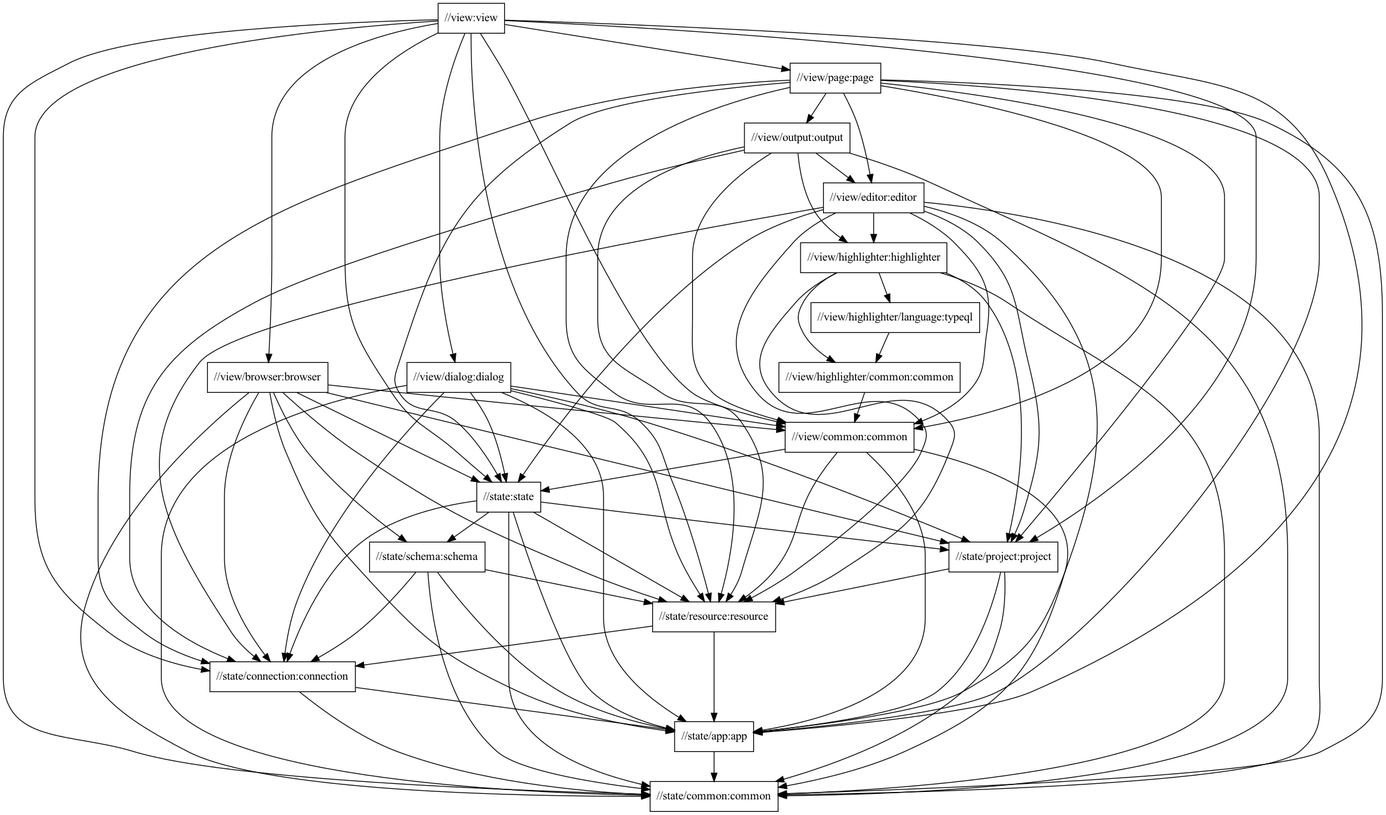
The Graphviz diagram docs/global-package-structure.png in typedb/typedb-studio, before a commit. Its source is kept beside it as docs/global-package-structure.dot.
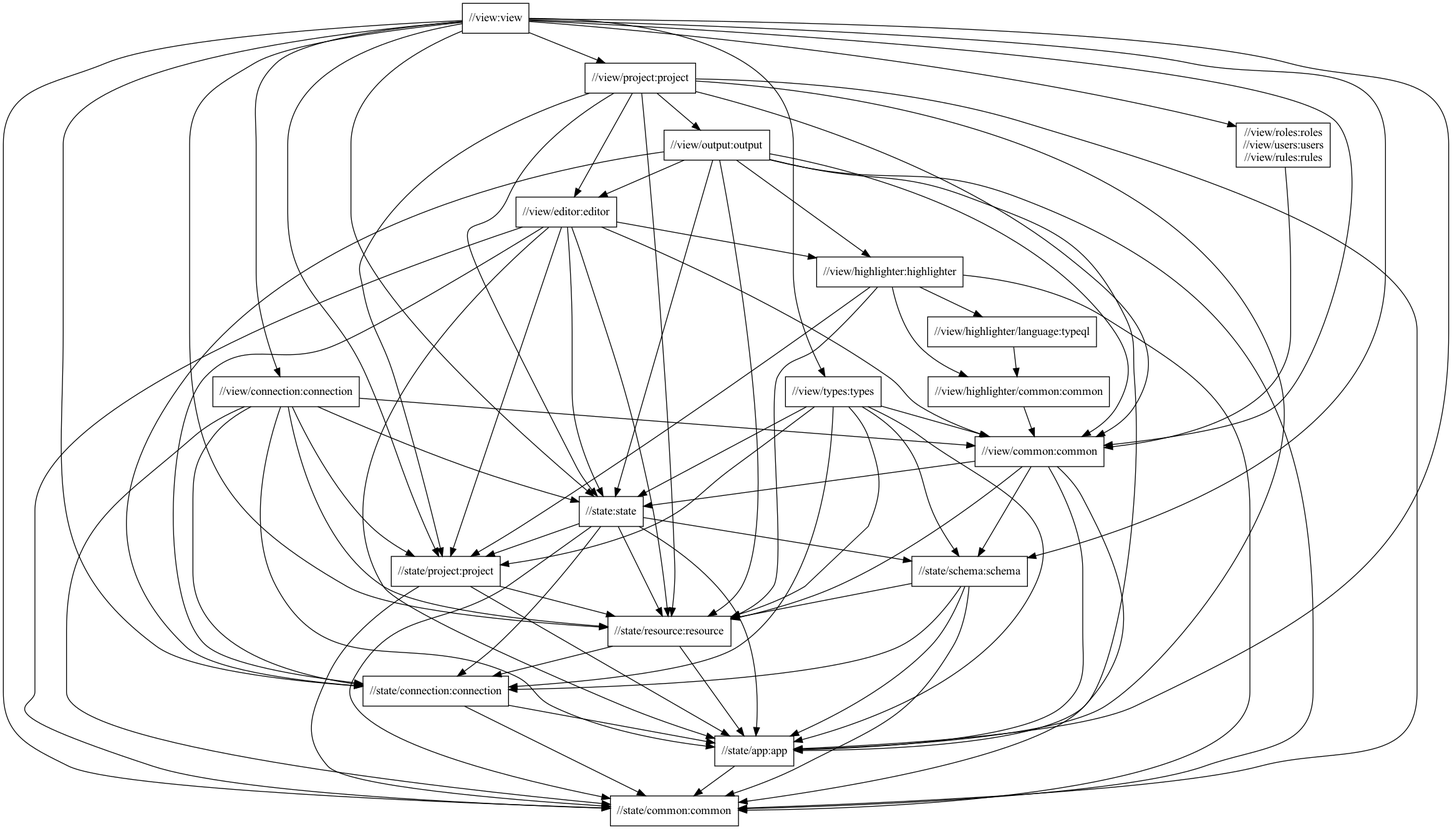
Above is the later version.

Commit message:
Update package structure documentation diagrams

Diff of the diagram source:
```diff
@@ -7,44 +7,38 @@
   "//view:view" -> "//state/connection:connection"
   "//view:view" -> "//state/project:project"
   "//view:view" -> "//state/resource:resource"
-  "//view:view" -> "//view/browser:browser"
+  "//view:view" -> "//state/schema:schema"
   "//view:view" -> "//view/common:common"
-  "//view:view" -> "//view/dialog:dialog"
-  "//view:view" -> "//view/page:page"
-  "//view/page:page"
-  "//view/page:page" -> "//state:state"
-  "//view/page:page" -> "//state/app:app"
-  "//view/page:page" -> "//state/common:common"
-  "//view/page:page" -> "//state/connection:connection"
-  "//view/page:page" -> "//state/project:project"
-  "//view/page:page" -> "//state/resource:resource"
-  "//view/page:page" -> "//view/common:common"
-  "//view/page:page" -> "//view/editor:editor"
-  "//view/page:page" -> "//view/output:output"
+  "//view:view" -> "//view/connection:connection"
+  "//view:view" -> "//view/project:project"
+  "//view:view" -> "//view/roles:roles\n//view/users:users\n//view/rules:rules"
+  "//view:view" -> "//view/types:types"
+  "//view/project:project"
+  "//view/project:project" -> "//state:state"
+  "//view/project:project" -> "//state/app:app"
+  "//view/project:project" -> "//state/common:common"
+  "//view/project:project" -> "//state/project:project"
+  "//view/project:project" -> "//state/resource:resource"
+  "//view/project:project" -> "//view/common:common"
+  "//view/project:project" -> "//view/editor:editor"
+  "//view/project:project" -> "//view/output:output"
+  "//view/connection:connection"
+  "//view/connection:connection" -> "//state:state"
+  "//view/connection:connection" -> "//state/app:app"
+  "//view/connection:connection" -> "//state/common:common"
+  "//view/connection:connection" -> "//state/connection:connection"
+  "//view/connection:connection" -> "//state/project:project"
+  "//view/connection:connection" -> "//state/resource:resource"
+  "//view/connection:connection" -> "//view/common:common"
   "//view/output:output"
+  "//view/output:output" -> "//state:state"
+  "//view/output:output" -> "//state/app:app"
   "//view/output:output" -> "//state/common:common"
   "//view/output:output" -> "//state/connection:connection"
   "//view/output:output" -> "//state/resource:resource"
   "//view/output:output" -> "//view/common:common"
   "//view/output:output" -> "//view/editor:editor"
   "//view/output:output" -> "//view/highlighter:highlighter"
-  "//view/dialog:dialog"
-  "//view/dialog:dialog" -> "//state:state"
-  "//view/dialog:dialog" -> "//state/app:app"
-  "//view/dialog:dialog" -> "//state/common:common"
-  "//view/dialog:dialog" -> "//state/connection:connection"
-  "//view/dialog:dialog" -> "//state/project:project"
-  "//view/dialog:dialog" -> "//state/resource:resource"
-  "//view/dialog:dialog" -> "//view/common:common"
-  "//view/browser:browser"
-  "//view/browser:browser" -> "//state:state"
-  "//view/browser:browser" -> "//state/app:app"
-  "//view/browser:browser" -> "//state/common:common"
-  "//view/browser:browser" -> "//state/connection:connection"
-  "//view/browser:browser" -> "//state/project:project"
-  "//view/browser:browser" -> "//state/resource:resource"
-  "//view/browser:browser" -> "//state/schema:schema"
-  "//view/browser:browser" -> "//view/common:common"
   "//view/editor:editor"
   "//view/editor:editor" -> "//state:state"
   "//view/editor:editor" -> "//state/app:app"
@@ -64,9 +58,20 @@
   "//view/highlighter/language:typeql" -> "//view/highlighter/common:common"
   "//view/highlighter/common:common"
   "//view/highlighter/common:common" -> "//view/common:common"
+  "//view/roles:roles\n//view/users:users\n//view/rules:rules"
+  "//view/roles:roles\n//view/users:users\n//view/rules:rules" -> "//view/common:common"
+  "//view/types:types"
+  "//view/types:types" -> "//state:state"
+  "//view/types:types" -> "//state/app:app"
+  "//view/types:types" -> "//state/connection:connection"
+  "//view/types:types" -> "//state/project:project"
+  "//view/types:types" -> "//state/resource:resource"
+  "//view/types:types" -> "//state/schema:schema"
+  "//view/types:types" -> "//view/common:common"
   "//view/common:common"
+  "//view/common:common" -> "//state/resource:resource"
+  "//view/common:common" -> "//state/schema:schema"
   "//view/common:common" -> "//state/common:common"
-  "//view/common:common" -> "//state/resource:resource"
   "//view/common:common" -> "//state:state"
   "//view/common:common" -> "//state/app:app"
   "//state:state"
@@ -76,15 +81,15 @@
   "//state:state" -> "//state/project:project"
   "//state:state" -> "//state/resource:resource"
   "//state:state" -> "//state/schema:schema"
+  "//state/project:project"
+  "//state/project:project" -> "//state/app:app"
+  "//state/project:project" -> "//state/common:common"
+  "//state/project:project" -> "//state/resource:resource"
   "//state/schema:schema"
   "//state/schema:schema" -> "//state/app:app"
   "//state/schema:schema" -> "//state/common:common"
   "//state/schema:schema" -> "//state/connection:connection"
   "//state/schema:schema" -> "//state/resource:resource"
-  "//state/project:project"
-  "//state/project:project" -> "//state/app:app"
-  "//state/project:project" -> "//state/common:common"
-  "//state/project:project" -> "//state/resource:resource"
   "//state/resource:resource"
   "//state/resource:resource" -> "//state/app:app"
   "//state/resource:resource" -> "//state/connection:connection"
```
